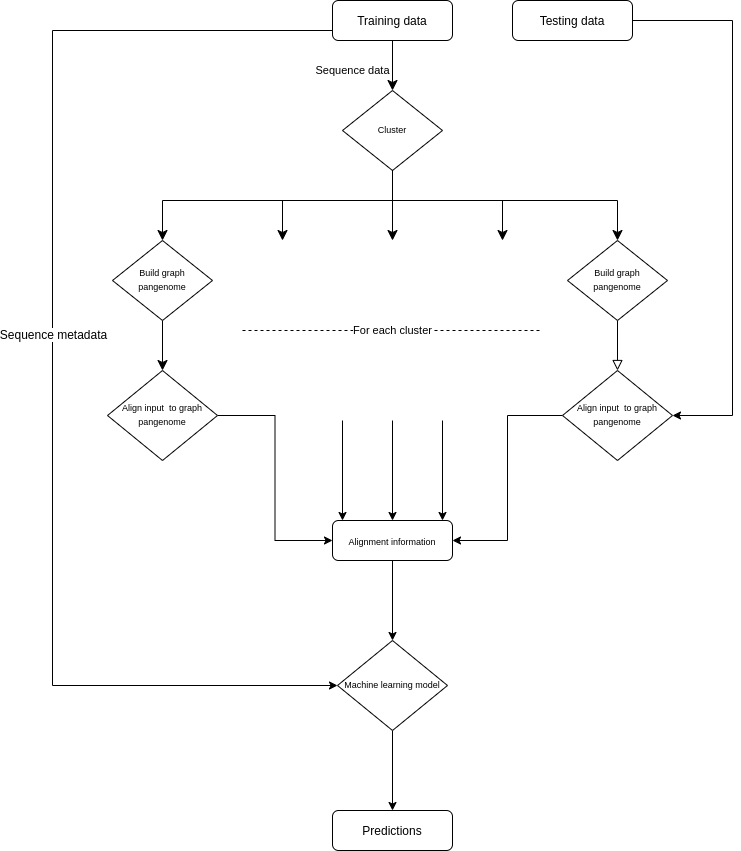
Above: pipeline.png in collaborativebioinformatics/PanOriginSV (draw.io), before the change. Source tidied: cells renumbered, new cells last; positions are measured from the earlier drawing's top-left corner, leaving out a move shared by most shapes.
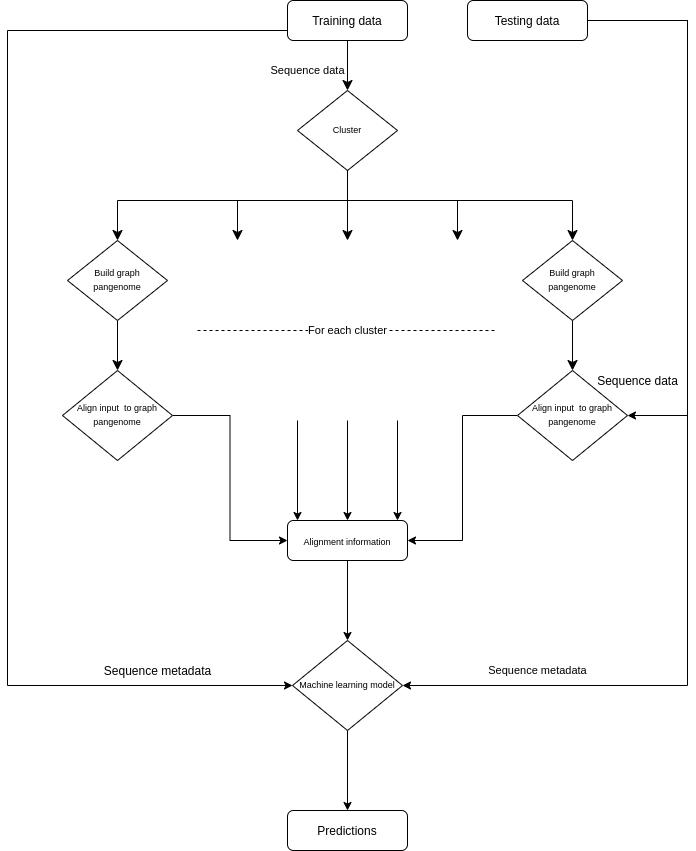
The same file after the commit.

What changed in the source:
```diff
@@ -14,7 +14,9 @@
       </mxGeometry>
     </mxCell>
     <mxCell id="4" value="Sequence metadata" style="text;html=1;align=center;verticalAlign=middle;labelBackgroundColor=#ffffff;" parent="3" vertex="1">
-      <mxGeometry x="-0.04" y="1" relative="1" as="geometry" />
+      <mxGeometry x="-0.04" y="1" relative="1" as="geometry">
+        <mxPoint x="149" y="336.7" as="offset" />
+      </mxGeometry>
     </mxCell>
     <mxCell id="5" value="Training data" style="rounded=1;whiteSpace=wrap;html=1;fontSize=12;glass=0;strokeWidth=1;shadow=0;" parent="1" vertex="1">
       <mxGeometry x="280" width="120" height="40" as="geometry" />
@@ -56,7 +58,7 @@
     <mxCell id="14" value="&lt;font style=&quot;font-size: 9px&quot;&gt;Align input&amp;nbsp; to graph pangenome&lt;/font&gt;" style="rhombus;whiteSpace=wrap;html=1;shadow=0;fontFamily=Helvetica;fontSize=12;align=center;strokeWidth=1;spacing=6;spacingTop=-4;" parent="1" vertex="1">
       <mxGeometry x="510" y="370" width="110" height="90" as="geometry" />
     </mxCell>
-    <mxCell id="15" style="rounded=0;html=1;jettySize=auto;fontSize=11;endArrow=block;endFill=0;endSize=8;strokeWidth=1;shadow=0;labelBackgroundColor=none;edgeStyle=orthogonalEdgeStyle;" parent="1" edge="1" source="16">
+    <mxCell id="15" style="rounded=0;html=1;jettySize=auto;fontSize=11;endArrow=classic;endFill=1;endSize=8;strokeWidth=1;shadow=0;labelBackgroundColor=none;edgeStyle=orthogonalEdgeStyle;" parent="1" edge="1" source="16">
       <mxGeometry x="0.33" y="20" relative="1" as="geometry">
         <mxPoint x="565" y="370" as="targetPoint" />
       </mxGeometry>
@@ -147,5 +149,19 @@
     <mxCell id="30" value="Predictions" style="rounded=1;whiteSpace=wrap;html=1;fontSize=12;glass=0;strokeWidth=1;shadow=0;" parent="1" vertex="1">
       <mxGeometry x="280" y="810" width="120" height="40" as="geometry" />
     </mxCell>
+    <mxCell id="31" value="Sequence metadata" style="edgeStyle=orthogonalEdgeStyle;rounded=0;jettySize=auto;html=1;entryX=1;entryY=0.5;entryDx=0;entryDy=0;" parent="1" edge="1" target="21">
+      <mxGeometry x="0.74" y="-15" relative="1" as="geometry">
+        <mxPoint x="580" y="20" as="sourcePoint" />
+        <Array as="points">
+          <mxPoint x="680" y="20" />
+          <mxPoint x="680" y="685" />
+        </Array>
+      </mxGeometry>
+    </mxCell>
+    <mxCell id="32" value="Sequence data" style="text;html=1;align=center;verticalAlign=middle;labelBackgroundColor=#ffffff;" parent="31" vertex="1">
+      <mxGeometry x="-0.42" relative="1" as="geometry">
+        <mxPoint x="-50" y="156.7" as="offset" />
+      </mxGeometry>
+    </mxCell>
   </root>
 </mxGraphModel>
```
